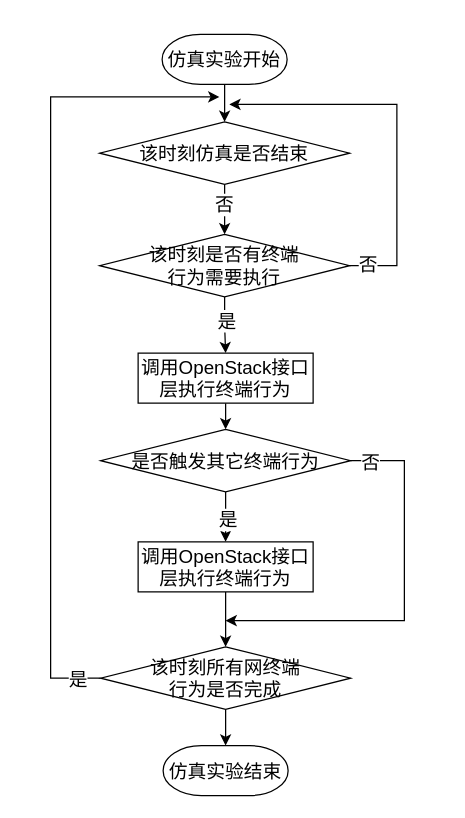
Before: page "动态网络仿真总体流程" (1 of 7) of 网络控制技术_流程图.drawio in Icarus1994/neutron_conf, a draw.io diagram. Source tidied: cells renumbered, new cells numbered last; positions are measured from the earlier drawing's top-left corner, leaving out a move shared by most shapes. Both pictures are drawn from the tidied source at 125%, with x=0, y=0 at pixel (50, 34).
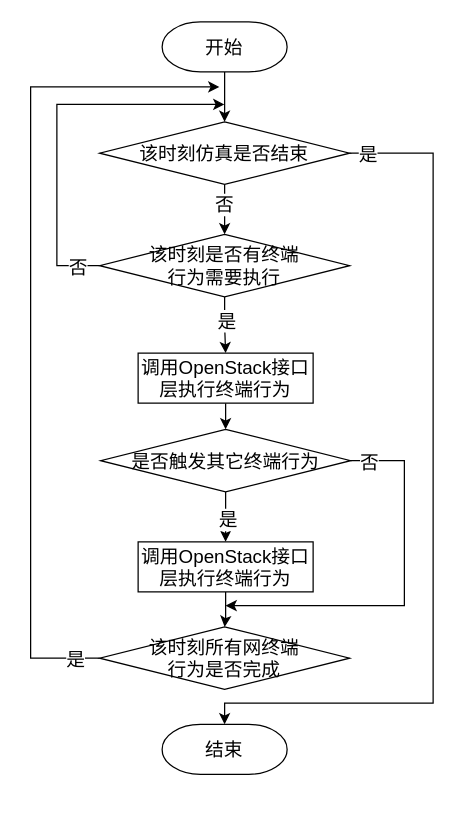
Above is the later version.

Commit message (it also covers changes not shown here):
Update 网络控制技术_流程图.drawio

The change refers to these unchanged cells:
```xml
<mxCell id="8" value="&lt;span style=&quot;font-size: 15px&quot;&gt;是否触发其它终端行为&lt;br style=&quot;font-size: 15px&quot;&gt;&lt;/span&gt;" style="strokeWidth=1;html=1;shape=mxgraph.flowchart.decision;whiteSpace=wrap;fontSize=15;" parent="1" vertex="1">
  <mxGeometry x="40" y="316" width="200" height="50" as="geometry" />
</mxCell>
<mxCell id="13" value="&lt;span style=&quot;font-size: 15px&quot;&gt;该时刻仿真是否结束&lt;br style=&quot;font-size: 15px&quot;&gt;&lt;/span&gt;" style="strokeWidth=1;html=1;shape=mxgraph.flowchart.decision;whiteSpace=wrap;fontSize=15;" parent="1" vertex="1">
  <mxGeometry x="39.2" y="70" width="200" height="50" as="geometry" />
</mxCell>
<mxCell id="22" value="该时刻是否有终端&lt;br&gt;行为&lt;span style=&quot;font-size: 15px&quot;&gt;需要执行&lt;br style=&quot;font-size: 15px&quot;&gt;&lt;/span&gt;" style="strokeWidth=1;html=1;shape=mxgraph.flowchart.decision;whiteSpace=wrap;fontSize=15;" parent="1" vertex="1">
  <mxGeometry x="39.2" y="160" width="200" height="50" as="geometry" />
</mxCell>
```

Diff of the diagram source:
```diff
@@
-    <mxCell id="2" style="edgeStyle=orthogonalEdgeStyle;rounded=0;jettySize=auto;html=1;exitX=0.5;exitY=1;exitDx=0;exitDy=0;exitPerimeter=0;entryX=0.5;entryY=0;entryDx=0;entryDy=0;entryPerimeter=0;strokeWidth=1;fontSize=15;" parent="1" edge="1" source="3" target="13">
-      <mxGeometry relative="1" as="geometry" />
-    </mxCell>
-    <mxCell id="3" value="仿真实验开始" style="strokeWidth=1;html=1;shape=mxgraph.flowchart.terminator;whiteSpace=wrap;fontSize=15;" parent="1" vertex="1">
-      <mxGeometry x="89.2" width="100" height="40" as="geometry" />
+    <mxCell id="3" value="开始" style="strokeWidth=1;html=1;shape=mxgraph.flowchart.terminator;whiteSpace=wrap;fontSize=15;" parent="1" vertex="1">
+      <mxGeometry x="89.2" y="-10" width="100" height="40" as="geometry" />
     </mxCell>
@@
     <mxCell id="6" style="edgeStyle=orthogonalEdgeStyle;rounded=0;jettySize=auto;html=1;exitX=1;exitY=0.5;exitDx=0;exitDy=0;exitPerimeter=0;strokeWidth=1;fontSize=15;" parent="1" edge="1" source="8">
       <mxGeometry relative="1" as="geometry">
-        <mxPoint x="140" y="469" as="targetPoint" />
+        <mxPoint x="140" y="457" as="targetPoint" />
         <Array as="points">
           <mxPoint x="283" y="341" />
-          <mxPoint x="283" y="469" />
+          <mxPoint x="283" y="457" />
         </Array>
       </mxGeometry>
     </mxCell>
@@
+    <mxCell id="26" style="edgeStyle=orthogonalEdgeStyle;rounded=0;jettySize=auto;html=1;exitX=1;exitY=0.5;exitDx=0;exitDy=0;exitPerimeter=0;entryX=0.5;entryY=0;entryDx=0;entryDy=0;entryPerimeter=0;fontSize=15;" parent="1" edge="1" source="13" target="14">
+      <mxGeometry relative="1" as="geometry">
+        <Array as="points">
+          <mxPoint x="306" y="95" />
+          <mxPoint x="306" y="535" />
+          <mxPoint x="139" y="535" />
+        </Array>
+      </mxGeometry>
+    </mxCell>
+    <mxCell id="27" value="是" style="edgeLabel;html=1;align=center;verticalAlign=middle;fontSize=15;" parent="26" vertex="1">
+      <mxGeometry x="-0.96" relative="1" as="geometry" />
+    </mxCell>
@@
-    <mxCell id="14" value="仿真实验结束" style="strokeWidth=1;html=1;shape=mxgraph.flowchart.terminator;whiteSpace=wrap;fontSize=15;" parent="1" vertex="1">
-      <mxGeometry x="90" y="569" width="100" height="40" as="geometry" />
+    <mxCell id="14" value="结束" style="strokeWidth=1;html=1;shape=mxgraph.flowchart.terminator;whiteSpace=wrap;fontSize=15;" parent="1" vertex="1">
+      <mxGeometry x="89.2" y="552" width="100" height="40" as="geometry" />
     </mxCell>
     <mxCell id="15" style="edgeStyle=orthogonalEdgeStyle;rounded=0;jettySize=auto;html=1;exitX=0;exitY=0.5;exitDx=0;exitDy=0;exitPerimeter=0;strokeWidth=1;fontSize=15;" parent="1" edge="1" source="18">
       <mxGeometry relative="1" as="geometry">
-        <mxPoint x="135" y="50" as="targetPoint" />
+        <mxPoint x="135" y="42" as="targetPoint" />
         <Array as="points">
-          <mxPoint y="515" />
-          <mxPoint y="50" />
+          <mxPoint x="-16" y="499" />
+          <mxPoint x="-16" y="42" />
         </Array>
       </mxGeometry>
     </mxCell>
@@
-    <mxCell id="17" style="edgeStyle=orthogonalEdgeStyle;rounded=0;jettySize=auto;html=1;exitX=0.5;exitY=1;exitDx=0;exitDy=0;exitPerimeter=0;entryX=0.5;entryY=0;entryDx=0;entryDy=0;entryPerimeter=0;fontSize=15;" parent="1" edge="1" source="18" target="14">
-      <mxGeometry relative="1" as="geometry" />
-    </mxCell>
     <mxCell id="18" value="&lt;span style=&quot;font-size: 15px&quot;&gt;该时刻所有网终端&lt;br&gt;行为是否完成&lt;br style=&quot;font-size: 15px&quot;&gt;&lt;/span&gt;" style="strokeWidth=1;html=1;shape=mxgraph.flowchart.decision;whiteSpace=wrap;fontSize=15;" parent="1" vertex="1">
-      <mxGeometry x="40" y="490" width="200" height="50" as="geometry" />
+      <mxGeometry x="39.2" y="474" width="200" height="50" as="geometry" />
     </mxCell>
@@
-    <mxCell id="21" style="edgeStyle=orthogonalEdgeStyle;rounded=0;jettySize=auto;html=1;exitX=1;exitY=0.5;exitDx=0;exitDy=0;exitPerimeter=0;fontSize=15;" parent="1" edge="1" source="22">
+    <mxCell id="21" style="edgeStyle=orthogonalEdgeStyle;rounded=0;jettySize=auto;html=1;exitX=0;exitY=0.5;exitDx=0;exitDy=0;exitPerimeter=0;fontSize=15;" parent="1" edge="1" source="22">
       <mxGeometry relative="1" as="geometry">
-        <mxPoint x="143" y="56" as="targetPoint" />
+        <mxPoint x="139" y="56" as="targetPoint" />
         <Array as="points">
-          <mxPoint x="277" y="185" />
-          <mxPoint x="277" y="56" />
+          <mxPoint x="5" y="185" />
+          <mxPoint x="5" y="56" />
         </Array>
       </mxGeometry>
     </mxCell>
@@
     <mxCell id="25" value="否" style="text;html=1;align=center;verticalAlign=middle;labelBackgroundColor=#ffffff;fontSize=15;" parent="1" vertex="1">
-      <mxGeometry x="253" y="183" as="geometry" />
+      <mxGeometry x="21" y="185" as="geometry" />
     </mxCell>
+    <mxCell id="2" style="edgeStyle=orthogonalEdgeStyle;rounded=0;jettySize=auto;html=1;exitX=0.5;exitY=1;exitDx=0;exitDy=0;entryX=0.5;entryY=0;entryDx=0;entryDy=0;entryPerimeter=0;fontSize=15;exitPerimeter=0;" parent="1" edge="1" source="3" target="13">
+      <mxGeometry relative="1" as="geometry" />
+    </mxCell>
```
